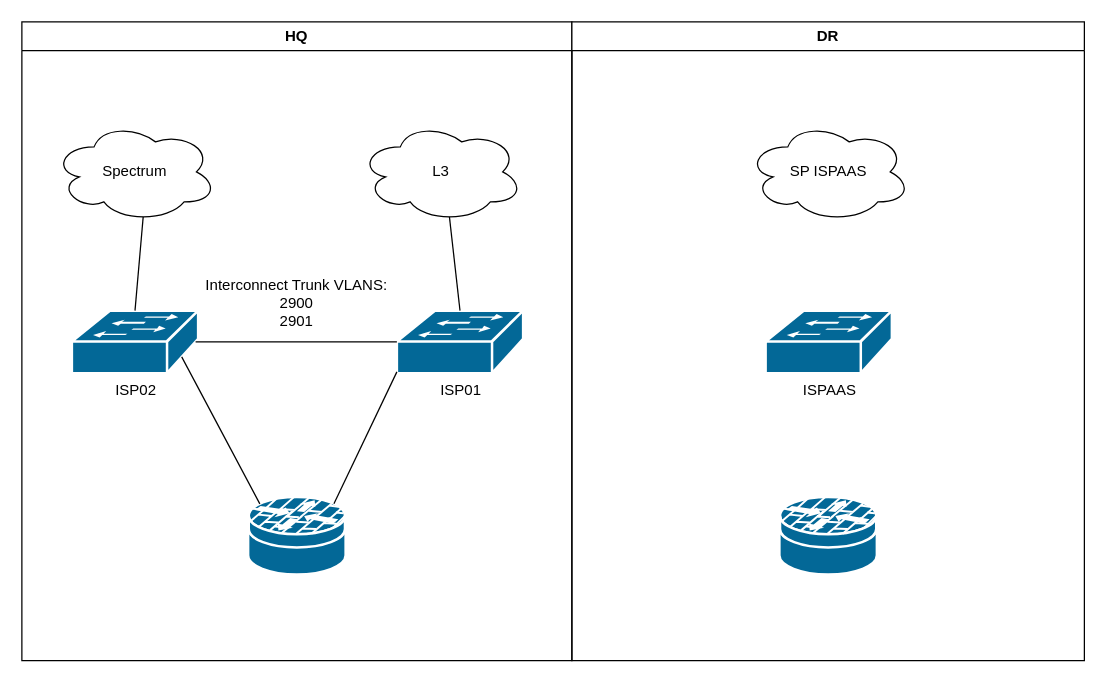
adamrt918/Diagram keeps this draw.io diagram as EXT_HA.drawio. Above is the earlier version. Source tidied: cells renumbered, new cells numbered last; positions are measured from the earlier drawing's top-left corner, leaving out a move shared by most shapes. Both pictures are drawn from the tidied source at 125%, with x=0, y=0 at pixel (21, 21).
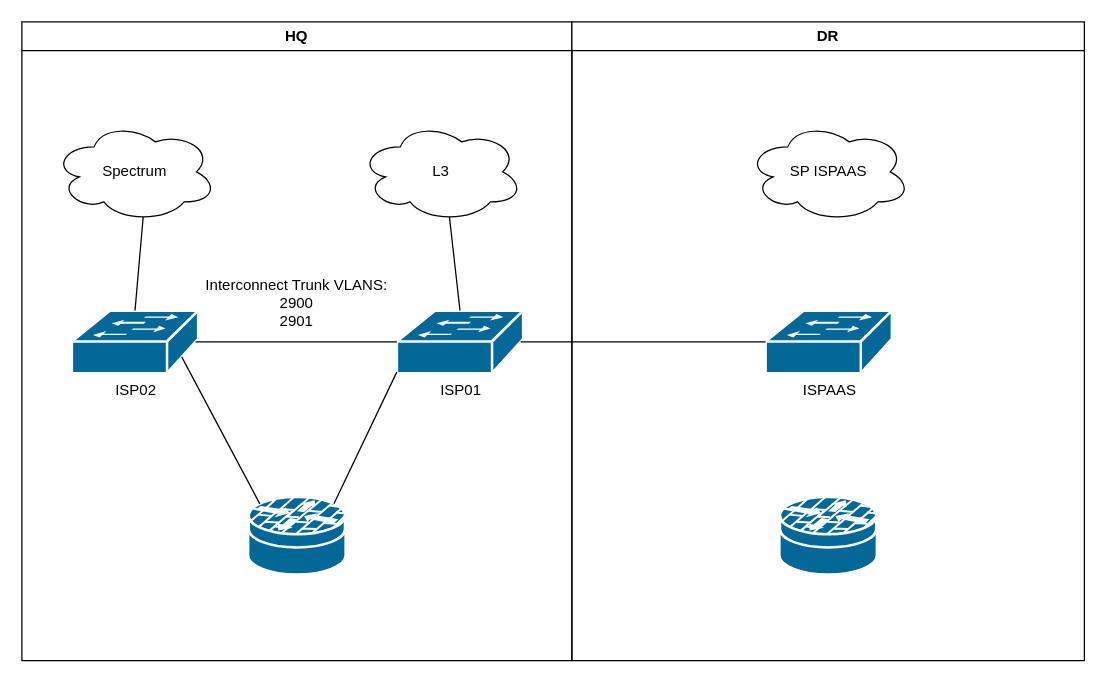
The same page after the edit.

The edit, as a diff of the source:
```diff
@@
 <mxGraphModel>
   <root>
     <mxCell id="0" />
     <mxCell id="1" parent="0" />
     <mxCell id="2" value="HQ" style="swimlane;whiteSpace=wrap;html=1;" parent="1" vertex="1">
       <mxGeometry width="440" height="511" as="geometry" />
     </mxCell>
     <mxCell id="3" style="shape=mxgraph.cisco.security.router_firewall;sketch=0;html=1;dashed=0;fillColor=#036897;strokeColor=#ffffff;strokeWidth=2;verticalLabelPosition=bottom;verticalAlign=top;align=center;outlineConnect=0;" parent="2" vertex="1">
       <mxGeometry x="181" y="380" width="78" height="62" as="geometry" />
     </mxCell>
     <mxCell id="4" value="ISP02" style="shape=mxgraph.cisco.switches.workgroup_switch;sketch=0;html=1;dashed=0;fillColor=#036897;strokeColor=#ffffff;strokeWidth=2;verticalLabelPosition=bottom;verticalAlign=top;align=center;outlineConnect=0;" parent="2" vertex="1">
       <mxGeometry x="40" y="231" width="101" height="50" as="geometry" />
     </mxCell>
     <mxCell id="5" value="ISP01" style="shape=mxgraph.cisco.switches.workgroup_switch;sketch=0;html=1;dashed=0;fillColor=#036897;strokeColor=#ffffff;strokeWidth=2;verticalLabelPosition=bottom;verticalAlign=top;align=center;outlineConnect=0;" parent="2" vertex="1">
       <mxGeometry x="300" y="231" width="101" height="50" as="geometry" />
     </mxCell>
     <mxCell id="6" value="Spectrum" style="ellipse;shape=cloud;whiteSpace=wrap;html=1;" parent="2" vertex="1">
       <mxGeometry x="25" y="80" width="131" height="80" as="geometry" />
     </mxCell>
     <mxCell id="7" value="L3" style="ellipse;shape=cloud;whiteSpace=wrap;html=1;" parent="2" vertex="1">
       <mxGeometry x="270" y="80" width="131" height="80" as="geometry" />
     </mxCell>
     <mxCell id="8" style="endArrow=none;html=1;rounded=0;entryX=0.55;entryY=0.95;entryDx=0;entryDy=0;entryPerimeter=0;exitX=0.5;exitY=0;exitDx=0;exitDy=0;exitPerimeter=0;" parent="2" edge="1" source="4" target="6">
       <mxGeometry relative="1" as="geometry" />
     </mxCell>
     <mxCell id="9" style="endArrow=none;html=1;rounded=0;entryX=0.55;entryY=0.95;entryDx=0;entryDy=0;entryPerimeter=0;exitX=0.5;exitY=0;exitDx=0;exitDy=0;exitPerimeter=0;" parent="2" edge="1" source="5" target="7">
       <mxGeometry relative="1" as="geometry" />
     </mxCell>
     <mxCell id="10" style="endArrow=none;html=1;rounded=0;exitX=0.98;exitY=0.5;exitDx=0;exitDy=0;exitPerimeter=0;entryX=0;entryY=0.5;entryDx=0;entryDy=0;entryPerimeter=0;" parent="2" edge="1" source="4" target="5">
       <mxGeometry relative="1" as="geometry" />
     </mxCell>
     <mxCell id="11" style="endArrow=none;html=1;rounded=0;entryX=0.87;entryY=0.74;entryDx=0;entryDy=0;entryPerimeter=0;exitX=0.12;exitY=0.09;exitDx=0;exitDy=0;exitPerimeter=0;" parent="2" edge="1" source="3" target="4">
       <mxGeometry relative="1" as="geometry" />
     </mxCell>
     <mxCell id="12" style="endArrow=none;html=1;rounded=0;entryX=0;entryY=0.98;entryDx=0;entryDy=0;entryPerimeter=0;exitX=0.88;exitY=0.09;exitDx=0;exitDy=0;exitPerimeter=0;" parent="2" edge="1" source="3" target="5">
       <mxGeometry relative="1" as="geometry" />
     </mxCell>
     <mxCell id="13" value="Interconnect Trunk VLANS:&lt;div&gt;2900&lt;/div&gt;&lt;div&gt;2901&lt;/div&gt;" style="text;html=1;align=center;verticalAlign=middle;whiteSpace=wrap;rounded=0;" parent="2" vertex="1">
       <mxGeometry x="135" y="200" width="170" height="50" as="geometry" />
     </mxCell>
     <mxCell id="14" value="DR" style="swimlane;whiteSpace=wrap;html=1;" parent="1" vertex="1">
       <mxGeometry x="440" width="410" height="511" as="geometry" />
     </mxCell>
     <mxCell id="15" style="shape=mxgraph.cisco.security.router_firewall;sketch=0;html=1;dashed=0;fillColor=#036897;strokeColor=#ffffff;strokeWidth=2;verticalLabelPosition=bottom;verticalAlign=top;align=center;" parent="14" vertex="1">
       <mxGeometry x="166" y="380" width="78" height="62" as="geometry" />
     </mxCell>
     <mxCell id="16" value="ISPAAS" style="shape=mxgraph.cisco.switches.workgroup_switch;sketch=0;html=1;dashed=0;fillColor=#036897;strokeColor=#ffffff;strokeWidth=2;verticalLabelPosition=bottom;verticalAlign=top;align=center;outlineConnect=0;" parent="14" vertex="1">
       <mxGeometry x="155" y="231" width="101" height="50" as="geometry" />
     </mxCell>
     <mxCell id="17" value="SP ISPAAS" style="ellipse;shape=cloud;whiteSpace=wrap;html=1;" parent="14" vertex="1">
       <mxGeometry x="140" y="80" width="131" height="80" as="geometry" />
     </mxCell>
+    <mxCell id="18" style="endArrow=none;html=1;rounded=0;entryX=0;entryY=0.5;entryDx=0;entryDy=0;entryPerimeter=0;exitX=0.98;exitY=0.5;exitDx=0;exitDy=0;exitPerimeter=0;" parent="1" edge="1" source="5" target="16">
+      <mxGeometry relative="1" as="geometry" />
+    </mxCell>
   </root>
 </mxGraphModel>
```
